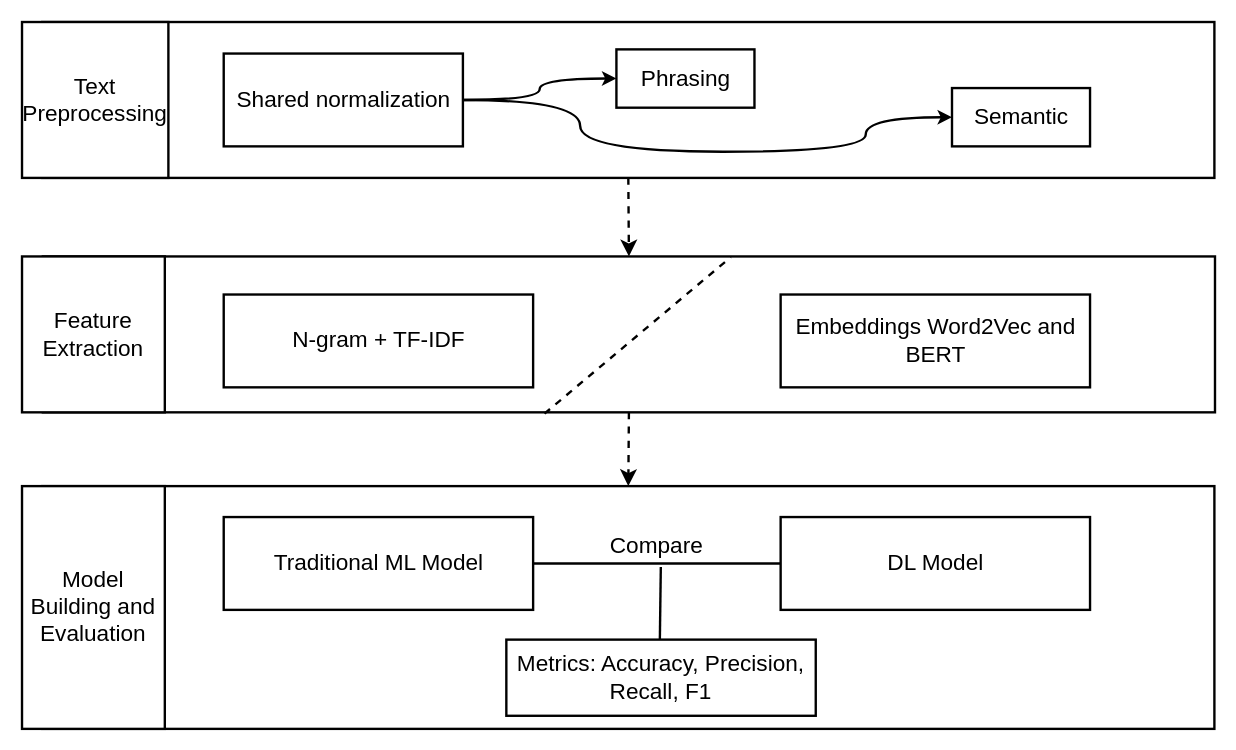
Earlier version of the draw.io diagram page "3.3 的副本" (4 of 7) of chart/chapter 3/chapter 3.drawio (ppipppiu/thesis). Source tidied: cells renumbered, new cells numbered last; positions are measured from the earlier drawing's top-left corner, leaving out a move shared by most shapes. Both pictures are drawn from the tidied source at 119%, with x=0, y=0 at pixel (21, 21).
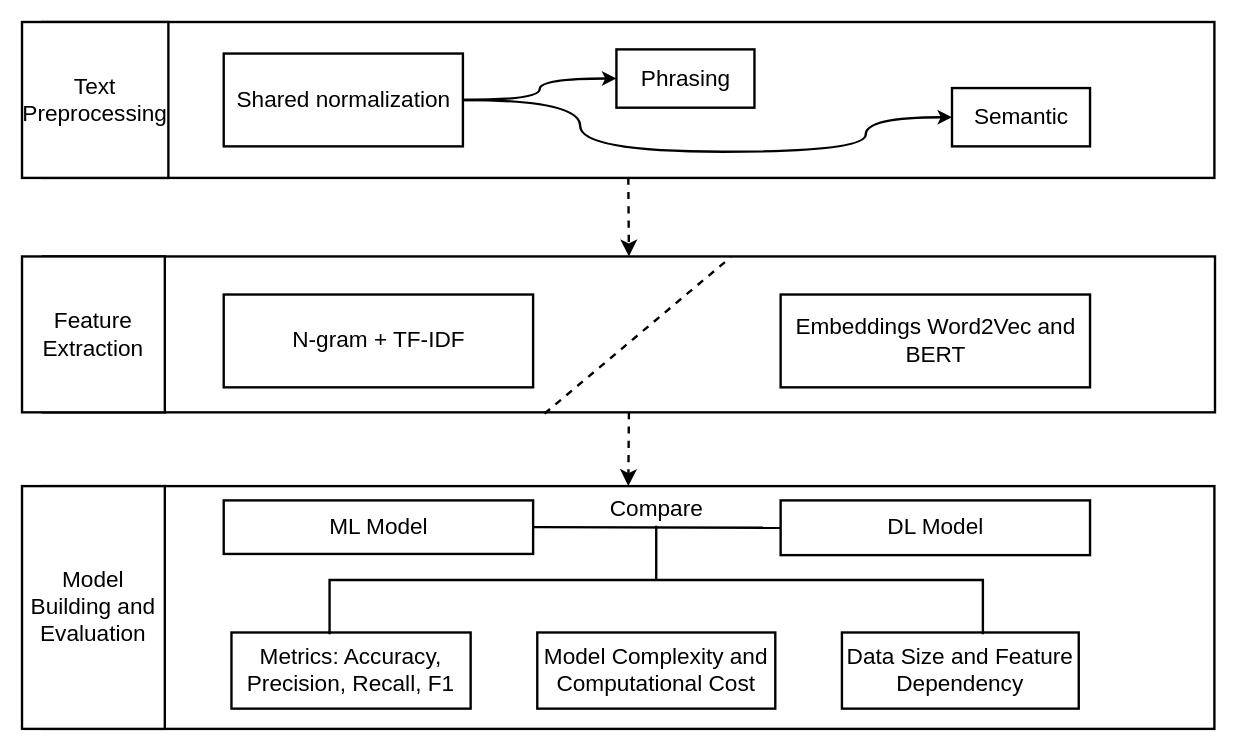
The same diagram, later.

Diff of the diagram source:
```diff
@@
-    <mxCell id="14" value="Traditional ML Model" style="whiteSpace=wrap;strokeWidth=2;fontSize=19;" parent="1" vertex="1">
-      <mxGeometry x="169.5" y="416" width="260" height="78" as="geometry" />
+    <mxCell id="14" value="ML Model" style="whiteSpace=wrap;strokeWidth=2;fontSize=19;" parent="1" vertex="1">
+      <mxGeometry x="169.5" y="402" width="260" height="45" as="geometry" />
     </mxCell>
     <mxCell id="15" value="DL Model" style="whiteSpace=wrap;strokeWidth=2;fontSize=19;" parent="1" vertex="1">
-      <mxGeometry x="637.5" y="416" width="260" height="78" as="geometry" />
+      <mxGeometry x="637.5" y="402" width="260" height="46" as="geometry" />
     </mxCell>
@@
-    <mxCell id="18" style="edgeStyle=none;curved=1;rounded=0;orthogonalLoop=1;jettySize=auto;html=1;exitX=0.5;exitY=0;exitDx=0;exitDy=0;fontSize=19;startSize=8;endSize=8;endArrow=none;endFill=0;strokeWidth=2;" parent="1" edge="1">
-      <mxGeometry relative="1" as="geometry">
-        <mxPoint x="536" y="519" as="sourcePoint" />
-        <mxPoint x="536.8" y="458" as="targetPoint" />
-      </mxGeometry>
-    </mxCell>
     <mxCell id="19" value="Metrics: Accuracy, Precision, Recall, F1" style="whiteSpace=wrap;strokeWidth=2;fontSize=19;" parent="1" vertex="1">
-      <mxGeometry x="407" y="519" width="260" height="64" as="geometry" />
+      <mxGeometry x="176" y="513" width="201" height="64" as="geometry" />
     </mxCell>
     <mxCell id="20" value="Compare" style="text;html=1;align=center;verticalAlign=middle;strokeColor=none;fillColor=none;fontSize=19;" parent="1" vertex="1">
-      <mxGeometry x="485" y="424" width="96" height="34" as="geometry" />
+      <mxGeometry x="485" y="393" width="96" height="34" as="geometry" />
     </mxCell>
@@
+    <mxCell id="24" value="Model Complexity and Computational Cost" style="whiteSpace=wrap;strokeWidth=2;fontSize=19;" parent="1" vertex="1">
+      <mxGeometry x="433" y="513" width="200" height="64" as="geometry" />
+    </mxCell>
+    <mxCell id="25" value="Data Size and Feature Dependency" style="whiteSpace=wrap;strokeWidth=2;fontSize=19;" parent="1" vertex="1">
+      <mxGeometry x="689" y="513" width="199" height="64" as="geometry" />
+    </mxCell>
+    <mxCell id="26" style="strokeWidth=2;html=1;shape=mxgraph.flowchart.annotation_2;align=left;labelPosition=right;rotation=90;" parent="1" vertex="1">
+      <mxGeometry x="487.4" y="194.4" width="91.1" height="549" as="geometry" />
+    </mxCell>
```
